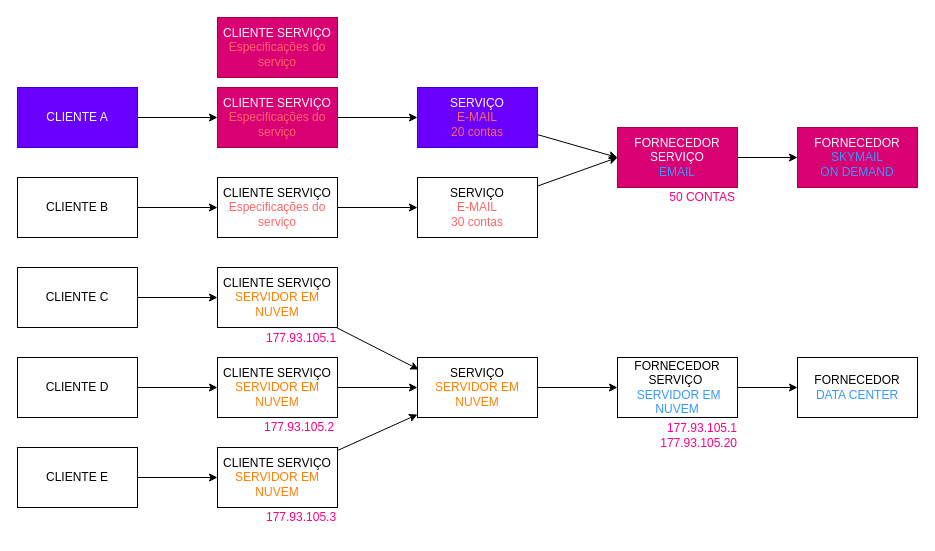
This is page "Caso de Uso - Fornecedores a Clientes" (5 of 11) of docs/draws/BoxApp.drawio from sigespweb22/boxapp-api, a draw.io file, before an edit. Source tidied: cells renumbered, new cells numbered last; positions are measured from the earlier drawing's top-left corner, leaving out a move shared by most shapes. Both pictures are drawn from the tidied source at 100%, with x=0, y=0 at pixel (17, 17).
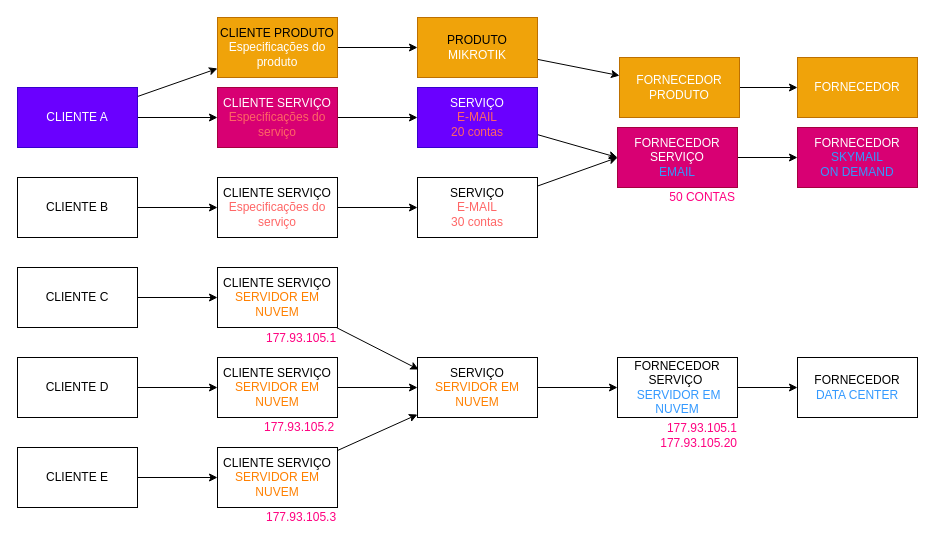
After the change.

The change refers to these unchanged cells:
```xml
<mxCell id="3" value="CLIENTE A" style="rounded=0;whiteSpace=wrap;html=1;fillColor=#6a00ff;fontColor=#ffffff;strokeColor=#3700CC;" parent="1" vertex="1">
  <mxGeometry y="70" width="120" height="60" as="geometry" />
</mxCell>
```

Change to the diagram source:
```diff
@@
+    <mxCell id="40" style="edgeStyle=none;html=1;fontColor=#FFFFFF;" parent="1" edge="1" source="3" target="39">
+      <mxGeometry relative="1" as="geometry" />
+    </mxCell>
@@
+    <mxCell id="41" style="edgeStyle=none;html=1;fontColor=#FFFFFF;" parent="1" edge="1" source="39" target="43">
+      <mxGeometry relative="1" as="geometry" />
+    </mxCell>
-    <mxCell id="39" value="CLIENTE SERVIÇO&lt;br&gt;&lt;font color=&quot;#ff6666&quot;&gt;Especificações do&lt;br&gt;serviço&lt;/font&gt;" style="rounded=0;whiteSpace=wrap;html=1;fillColor=#d80073;fontColor=#ffffff;strokeColor=#A50040;" parent="1" vertex="1">
+    <mxCell id="39" value="CLIENTE PRODUTO&lt;br&gt;&lt;font color=&quot;#ffffff&quot;&gt;Especificações do&lt;br&gt;produto&lt;/font&gt;" style="rounded=0;whiteSpace=wrap;html=1;fillColor=#f0a30a;fontColor=#000000;strokeColor=#BD7000;" parent="1" vertex="1">
       <mxGeometry x="200" width="120" height="60" as="geometry" />
     </mxCell>
+    <mxCell id="42" style="edgeStyle=none;html=1;fontColor=#FFFFFF;" parent="1" edge="1" source="43" target="45">
+      <mxGeometry relative="1" as="geometry" />
+    </mxCell>
+    <mxCell id="43" value="PRODUTO&lt;br&gt;&lt;font color=&quot;#ffffff&quot;&gt;MIKROTIK&lt;/font&gt;" style="rounded=0;whiteSpace=wrap;html=1;fillColor=#f0a30a;fontColor=#000000;strokeColor=#BD7000;" parent="1" vertex="1">
+      <mxGeometry x="400" width="120" height="60" as="geometry" />
+    </mxCell>
+    <mxCell id="44" style="edgeStyle=none;html=1;fontColor=#FFFFFF;" parent="1" edge="1" source="45" target="46">
+      <mxGeometry relative="1" as="geometry" />
+    </mxCell>
+    <mxCell id="45" value="&lt;font color=&quot;#ffffff&quot;&gt;FORNECEDOR PRODUTO&lt;/font&gt;" style="rounded=0;whiteSpace=wrap;html=1;fillColor=#f0a30a;fontColor=#000000;strokeColor=#BD7000;" parent="1" vertex="1">
+      <mxGeometry x="602" y="40" width="120" height="60" as="geometry" />
+    </mxCell>
+    <mxCell id="46" value="&lt;font color=&quot;#ffffff&quot;&gt;FORNECEDOR&lt;/font&gt;" style="rounded=0;whiteSpace=wrap;html=1;fillColor=#f0a30a;fontColor=#000000;strokeColor=#BD7000;" parent="1" vertex="1">
+      <mxGeometry x="780" y="40" width="120" height="60" as="geometry" />
+    </mxCell>
```
